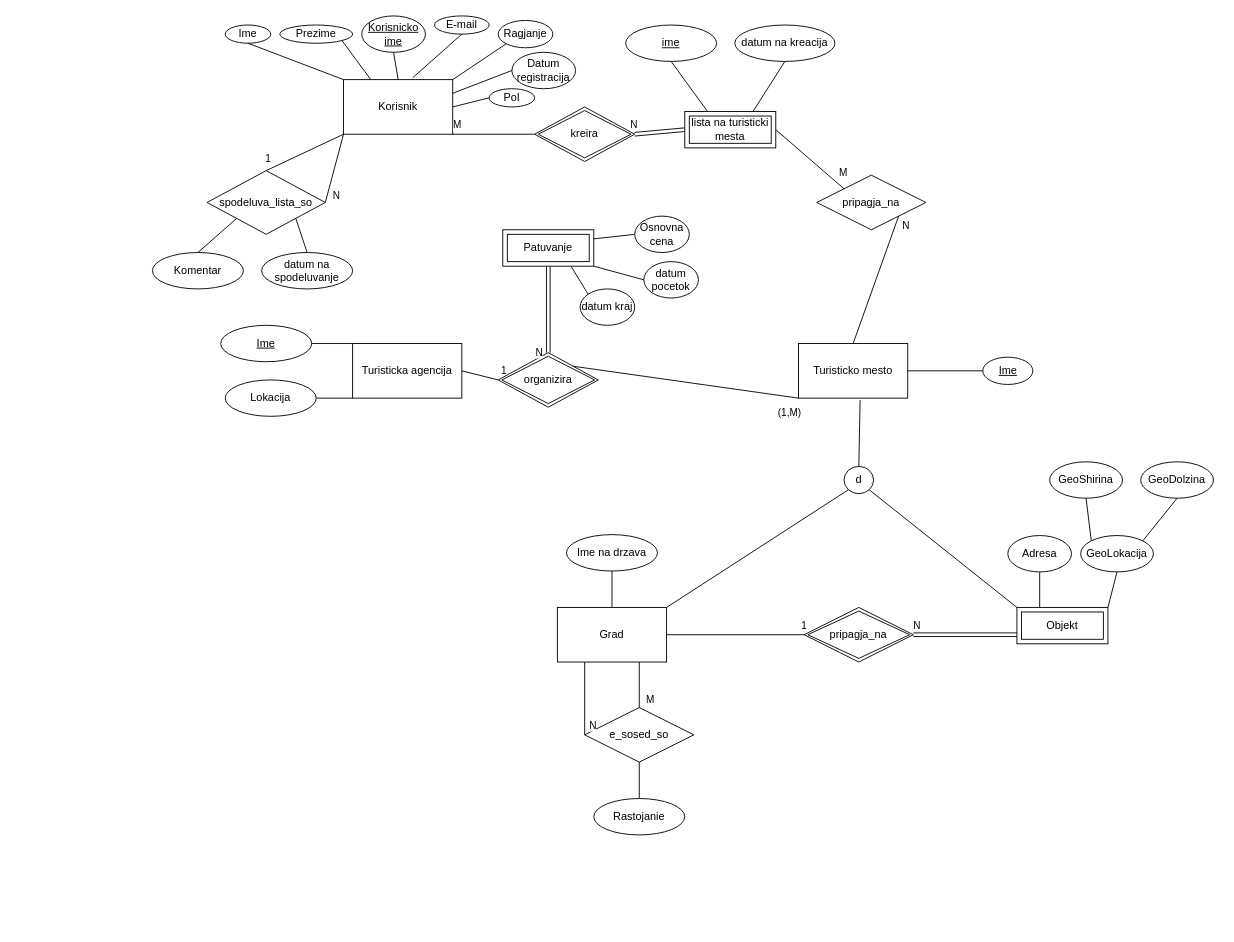
The draw.io diagram Bazi na podatoci/Lab1_A/lab 1.drawio in marin-o/Finki, before the edit. Source tidied: cells renumbered, new cells numbered last; positions are measured from the earlier drawing's top-left corner, leaving out a move shared by most shapes. Both pictures are drawn from the tidied source at 91%, with x=0, y=0 at pixel (152, 15).
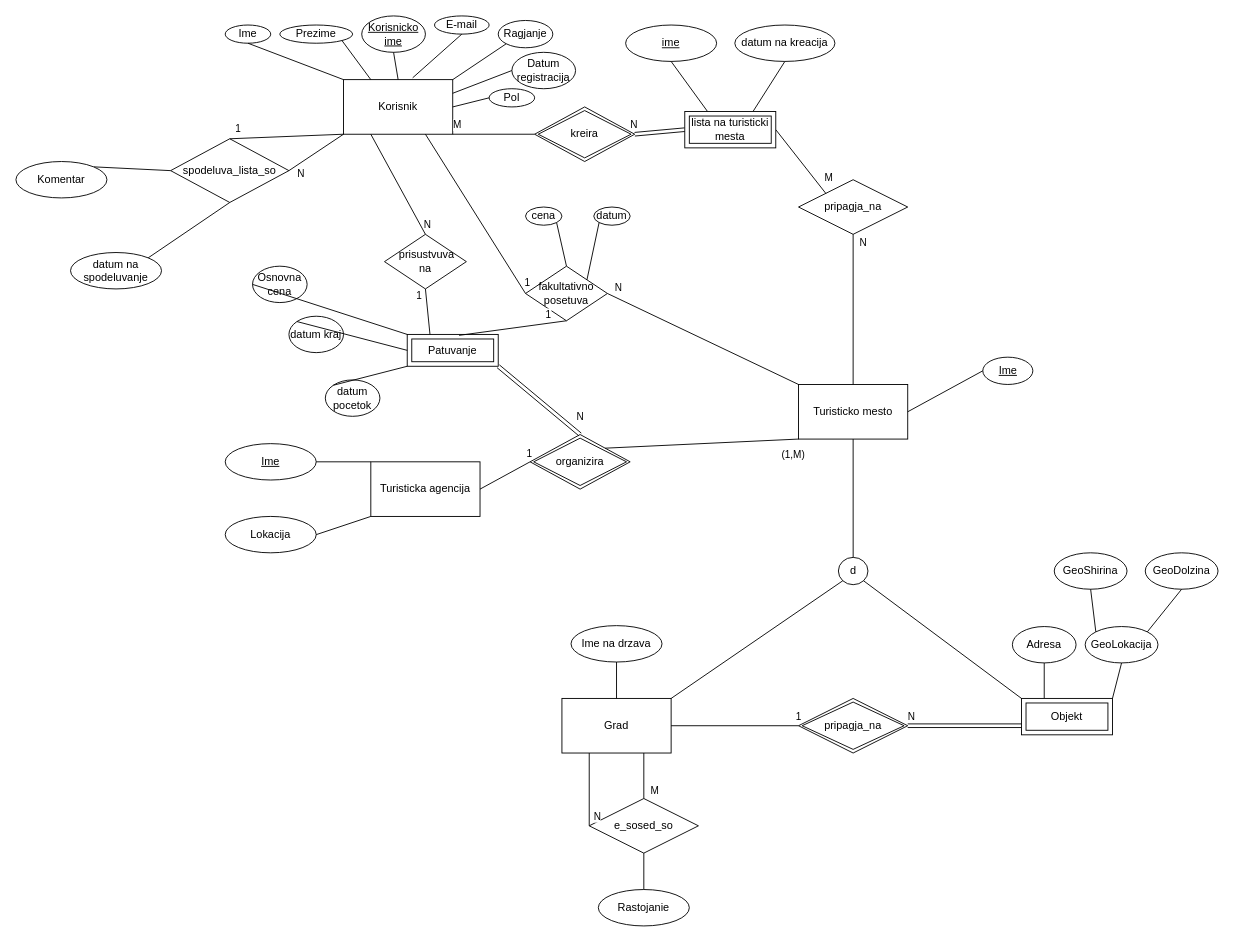
After the change.

Commit message:
finished lab1_A

The change refers to these unchanged cells:
```xml
<mxCell id="2" value="&lt;div&gt;Korisnik&lt;/div&gt;" style="rounded=0;whiteSpace=wrap;html=1;" parent="1" vertex="1">
  <mxGeometry x="210" y="70" width="120" height="60" as="geometry" />
</mxCell>
```

The edit, as a diff of the source:
```diff
@@
     <mxCell id="17" value="&lt;div&gt;Turisticko mesto&lt;/div&gt;" style="rounded=0;whiteSpace=wrap;html=1;" parent="1" vertex="1">
-      <mxGeometry x="710" y="360" width="120" height="60" as="geometry" />
+      <mxGeometry x="710" y="405" width="120" height="60" as="geometry" />
     </mxCell>
@@
-    <mxCell id="20" style="endArrow=none;html=1;rounded=0;entryX=0.564;entryY=1.037;entryDx=0;entryDy=0;exitX=0.5;exitY=0;exitDx=0;exitDy=0;entryPerimeter=0;" parent="1" edge="1" source="21" target="17">
+    <mxCell id="20" style="endArrow=none;html=1;rounded=0;entryX=0.5;entryY=1;entryDx=0;entryDy=0;exitX=0.5;exitY=0;exitDx=0;exitDy=0;" parent="1" edge="1" source="21" target="17">
       <mxGeometry relative="1" as="geometry" />
     </mxCell>
     <mxCell id="21" value="d" style="ellipse;whiteSpace=wrap;html=1;align=center;" parent="1" vertex="1">
-      <mxGeometry x="760" y="495" width="32.5" height="30" as="geometry" />
+      <mxGeometry x="753.8" y="595" width="32.5" height="30" as="geometry" />
     </mxCell>
     <mxCell id="22" value="Grad" style="rounded=0;whiteSpace=wrap;html=1;" parent="1" vertex="1">
-      <mxGeometry x="445" y="650" width="120" height="60" as="geometry" />
+      <mxGeometry x="450" y="750" width="120" height="60" as="geometry" />
     </mxCell>
@@
     <mxCell id="25" value="Ime na drzava" style="ellipse;whiteSpace=wrap;html=1;align=center;" parent="1" vertex="1">
-      <mxGeometry x="455" y="570" width="100" height="40" as="geometry" />
+      <mxGeometry x="460" y="670" width="100" height="40" as="geometry" />
     </mxCell>
@@
     <mxCell id="27" value="Adresa" style="ellipse;whiteSpace=wrap;html=1;align=center;" parent="1" vertex="1">
-      <mxGeometry x="940" y="571" width="70" height="40" as="geometry" />
+      <mxGeometry x="945" y="671" width="70" height="40" as="geometry" />
     </mxCell>
@@
     <mxCell id="29" value="&lt;div&gt;GeoLokacija&lt;/div&gt;" style="ellipse;whiteSpace=wrap;html=1;align=center;" parent="1" vertex="1">
-      <mxGeometry x="1020" y="571" width="80" height="40" as="geometry" />
+      <mxGeometry x="1025" y="671" width="80" height="40" as="geometry" />
     </mxCell>
@@
     <mxCell id="31" value="pripagja_na" style="shape=rhombus;perimeter=rhombusPerimeter;whiteSpace=wrap;html=1;align=center;double=1;" parent="1" vertex="1">
-      <mxGeometry x="716.2" y="650" width="120" height="60" as="geometry" />
+      <mxGeometry x="710" y="750" width="120" height="60" as="geometry" />
     </mxCell>
@@
     <mxCell id="33" value="&lt;div&gt;e_sosed_so&lt;/div&gt;" style="shape=rhombus;perimeter=rhombusPerimeter;whiteSpace=wrap;html=1;align=center;" parent="1" vertex="1">
-      <mxGeometry x="475" y="760" width="120" height="60" as="geometry" />
+      <mxGeometry x="480" y="860" width="120" height="60" as="geometry" />
     </mxCell>
     <mxCell id="34" value="GeoShirina" style="ellipse;whiteSpace=wrap;html=1;align=center;" parent="1" vertex="1">
-      <mxGeometry x="986" y="490" width="80" height="40" as="geometry" />
+      <mxGeometry x="991" y="590" width="80" height="40" as="geometry" />
     </mxCell>
@@
     <mxCell id="36" value="GeoDolzina" style="ellipse;whiteSpace=wrap;html=1;align=center;" parent="1" vertex="1">
-      <mxGeometry x="1086" y="490" width="80" height="40" as="geometry" />
+      <mxGeometry x="1091" y="590" width="80" height="40" as="geometry" />
     </mxCell>
@@
     <mxCell id="41" value="Rastojanie" style="ellipse;whiteSpace=wrap;html=1;align=center;" parent="1" vertex="1">
-      <mxGeometry x="485" y="860" width="100" height="40" as="geometry" />
+      <mxGeometry x="490" y="960" width="100" height="40" as="geometry" />
     </mxCell>
@@
     <mxCell id="46" value="spodeluva_lista_so" style="shape=rhombus;perimeter=rhombusPerimeter;whiteSpace=wrap;html=1;align=center;" parent="1" vertex="1">
-      <mxGeometry x="60" y="170" width="130" height="70" as="geometry" />
+      <mxGeometry x="20" y="135" width="130" height="70" as="geometry" />
     </mxCell>
@@
-    <mxCell id="49" style="endArrow=none;html=1;rounded=0;entryX=0;entryY=1;entryDx=0;entryDy=0;exitX=0.5;exitY=0;exitDx=0;exitDy=0;" parent="1" edge="1" source="50" target="46">
+    <mxCell id="49" style="endArrow=none;html=1;rounded=0;entryX=0;entryY=0.5;entryDx=0;entryDy=0;exitX=1;exitY=0;exitDx=0;exitDy=0;" parent="1" edge="1" source="50" target="46">
       <mxGeometry relative="1" as="geometry" />
     </mxCell>
     <mxCell id="50" value="Komentar" style="ellipse;whiteSpace=wrap;html=1;align=center;" parent="1" vertex="1">
-      <mxGeometry y="260" width="100" height="40" as="geometry" />
+      <mxGeometry x="-150" y="160" width="100" height="40" as="geometry" />
     </mxCell>
     <mxCell id="51" value="datum na spodeluvanje" style="ellipse;whiteSpace=wrap;html=1;align=center;" parent="1" vertex="1">
-      <mxGeometry x="120" y="260" width="100" height="40" as="geometry" />
+      <mxGeometry x="-90" y="260" width="100" height="40" as="geometry" />
     </mxCell>
     <mxCell id="52" value="pripagja_na" style="shape=rhombus;perimeter=rhombusPerimeter;whiteSpace=wrap;html=1;align=center;" parent="1" vertex="1">
-      <mxGeometry x="730" y="175" width="120" height="60" as="geometry" />
+      <mxGeometry x="710" y="180" width="120" height="60" as="geometry" />
     </mxCell>
@@
-    <mxCell id="54" value="N" style="endArrow=none;html=1;rounded=0;exitX=1;exitY=1;exitDx=0;exitDy=0;entryX=0.5;entryY=0;entryDx=0;entryDy=0;" parent="1" edge="1" source="52" target="17">
+    <mxCell id="54" value="N" style="endArrow=none;html=1;rounded=0;exitX=0.5;exitY=1;exitDx=0;exitDy=0;entryX=0.5;entryY=0;entryDx=0;entryDy=0;" parent="1" edge="1" source="52" target="17">
       <mxGeometry x="-0.89" y="11" relative="1" as="geometry" />
     </mxCell>
@@
-    <mxCell id="56" style="endArrow=none;html=1;rounded=0;exitX=1;exitY=1;exitDx=0;exitDy=0;entryX=0.5;entryY=0;entryDx=0;entryDy=0;" parent="1" edge="1" source="46" target="51">
+    <mxCell id="56" style="endArrow=none;html=1;rounded=0;exitX=0.5;exitY=1;exitDx=0;exitDy=0;entryX=1;entryY=0;entryDx=0;entryDy=0;" parent="1" edge="1" source="46" target="51">
       <mxGeometry relative="1" as="geometry" />
     </mxCell>
     <mxCell id="57" value="Turisticka agencija" style="rounded=0;whiteSpace=wrap;html=1;" parent="1" vertex="1">
-      <mxGeometry x="220" y="360" width="120" height="60" as="geometry" />
+      <mxGeometry x="240" y="490" width="120" height="60" as="geometry" />
     </mxCell>
     <mxCell id="58" value="&lt;u&gt;Ime&lt;/u&gt;" style="ellipse;whiteSpace=wrap;html=1;align=center;" parent="1" vertex="1">
-      <mxGeometry x="75" y="340" width="100" height="40" as="geometry" />
+      <mxGeometry x="80" y="470" width="100" height="40" as="geometry" />
     </mxCell>
@@
     <mxCell id="60" value="Lokacija" style="ellipse;whiteSpace=wrap;html=1;align=center;" parent="1" vertex="1">
-      <mxGeometry x="80" y="400" width="100" height="40" as="geometry" />
+      <mxGeometry x="80" y="550" width="100" height="40" as="geometry" />
     </mxCell>
@@
     <mxCell id="65" value="organizira" style="shape=rhombus;double=1;perimeter=rhombusPerimeter;whiteSpace=wrap;html=1;align=center;" parent="1" vertex="1">
-      <mxGeometry x="380" y="370" width="110" height="60" as="geometry" />
+      <mxGeometry x="415" y="460" width="110" height="60" as="geometry" />
     </mxCell>
-    <mxCell id="66" value="N" style="shape=link;html=1;rounded=0;exitX=0.5;exitY=0;exitDx=0;exitDy=0;entryX=0.5;entryY=1;entryDx=0;entryDy=0;" parent="1" edge="1" source="65" target="68">
-      <mxGeometry x="-1" y="10" relative="1" as="geometry" />
+    <mxCell id="66" value="N" style="shape=link;html=1;rounded=0;exitX=0.5;exitY=0;exitDx=0;exitDy=0;entryX=1;entryY=1;entryDx=0;entryDy=0;" parent="1" edge="1" source="65" target="68">
+      <mxGeometry x="-0.78" y="-15" relative="1" as="geometry" />
     </mxCell>
@@
     <mxCell id="68" value="Patuvanje" style="shape=ext;margin=3;double=1;whiteSpace=wrap;html=1;align=center;" parent="1" vertex="1">
-      <mxGeometry x="385" y="235" width="100" height="40" as="geometry" />
+      <mxGeometry x="280" y="350" width="100" height="35" as="geometry" />
     </mxCell>
@@
     <mxCell id="70" value="datum pocetok" style="ellipse;whiteSpace=wrap;html=1;align=center;" parent="1" vertex="1">
-      <mxGeometry x="540" y="270" width="60" height="40" as="geometry" />
+      <mxGeometry x="190" y="400" width="60" height="40" as="geometry" />
     </mxCell>
     <mxCell id="71" value="datum kraj" style="ellipse;whiteSpace=wrap;html=1;align=center;" parent="1" vertex="1">
-      <mxGeometry x="470" y="300" width="60" height="40" as="geometry" />
+      <mxGeometry x="150" y="330" width="60" height="40" as="geometry" />
     </mxCell>
-    <mxCell id="72" style="endArrow=none;html=1;rounded=0;exitX=0;exitY=0;exitDx=0;exitDy=0;entryX=0.75;entryY=1;entryDx=0;entryDy=0;" parent="1" edge="1" source="71" target="68">
+    <mxCell id="72" style="endArrow=none;html=1;rounded=0;exitX=0;exitY=0;exitDx=0;exitDy=0;entryX=0;entryY=0.5;entryDx=0;entryDy=0;" parent="1" edge="1" source="71" target="68">
       <mxGeometry relative="1" as="geometry" />
     </mxCell>
-    <mxCell id="73" style="endArrow=none;html=1;rounded=0;exitX=0;exitY=0.5;exitDx=0;exitDy=0;entryX=1;entryY=1;entryDx=0;entryDy=0;" parent="1" edge="1" source="70" target="68">
+    <mxCell id="73" style="endArrow=none;html=1;rounded=0;exitX=0;exitY=0;exitDx=0;exitDy=0;entryX=0;entryY=1;entryDx=0;entryDy=0;" parent="1" edge="1" source="70" target="68">
       <mxGeometry relative="1" as="geometry" />
     </mxCell>
     <mxCell id="74" value="Osnovna cena" style="ellipse;whiteSpace=wrap;html=1;align=center;" parent="1" vertex="1">
-      <mxGeometry x="530" y="220" width="60" height="40" as="geometry" />
+      <mxGeometry x="110" y="275" width="60" height="40" as="geometry" />
     </mxCell>
-    <mxCell id="75" style="endArrow=none;html=1;rounded=0;entryX=1;entryY=0.25;entryDx=0;entryDy=0;exitX=0;exitY=0.5;exitDx=0;exitDy=0;" parent="1" edge="1" source="74" target="68">
+    <mxCell id="75" style="endArrow=none;html=1;rounded=0;entryX=0;entryY=0;entryDx=0;entryDy=0;exitX=0;exitY=0.5;exitDx=0;exitDy=0;" parent="1" edge="1" source="74" target="68">
       <mxGeometry relative="1" as="geometry" />
     </mxCell>
     <mxCell id="76" value="Objekt" style="shape=ext;margin=3;double=1;whiteSpace=wrap;html=1;align=center;" parent="1" vertex="1">
-      <mxGeometry x="950" y="650" width="100" height="40" as="geometry" />
+      <mxGeometry x="955" y="750" width="100" height="40" as="geometry" />
     </mxCell>
@@
+    <mxCell id="78" value="&amp;nbsp;prisustvuva&lt;br&gt;na" style="shape=rhombus;perimeter=rhombusPerimeter;whiteSpace=wrap;html=1;align=center;" parent="1" vertex="1">
+      <mxGeometry x="255" y="240" width="90" height="60" as="geometry" />
+    </mxCell>
+    <mxCell id="79" value="N" style="endArrow=none;html=1;rounded=0;entryX=0.25;entryY=1;entryDx=0;entryDy=0;exitX=0.5;exitY=0;exitDx=0;exitDy=0;" parent="1" edge="1" source="78" target="2">
+      <mxGeometry x="-0.85" y="-7" relative="1" as="geometry" />
+    </mxCell>
+    <mxCell id="80" value="1" style="endArrow=none;html=1;rounded=0;entryX=0.5;entryY=1;entryDx=0;entryDy=0;exitX=0.25;exitY=0;exitDx=0;exitDy=0;" parent="1" edge="1" source="68" target="78">
+      <mxGeometry x="0.69" y="8" relative="1" as="geometry">
+        <mxPoint y="-1" as="offset" />
+      </mxGeometry>
+    </mxCell>
+    <mxCell id="81" value="fakultativno posetuva" style="shape=rhombus;perimeter=rhombusPerimeter;whiteSpace=wrap;html=1;align=center;" parent="1" vertex="1">
+      <mxGeometry x="410" y="275" width="90" height="60" as="geometry" />
+    </mxCell>
+    <mxCell id="82" value="1" style="endArrow=none;html=1;rounded=0;entryX=0.75;entryY=1;entryDx=0;entryDy=0;exitX=0;exitY=0.5;exitDx=0;exitDy=0;" parent="1" edge="1" source="81" target="2">
+      <mxGeometry x="-0.9" y="-7" relative="1" as="geometry">
+        <mxPoint x="1" as="offset" />
+      </mxGeometry>
+    </mxCell>
+    <mxCell id="83" value="N" style="endArrow=none;html=1;rounded=0;exitX=1;exitY=0.5;exitDx=0;exitDy=0;entryX=0;entryY=0;entryDx=0;entryDy=0;" parent="1" edge="1" source="81" target="17">
+      <mxGeometry x="-0.93" y="10" relative="1" as="geometry" />
+    </mxCell>
+    <mxCell id="84" value="1" style="endArrow=none;html=1;rounded=0;entryX=0.5;entryY=1;entryDx=0;entryDy=0;exitX=0.57;exitY=0.029;exitDx=0;exitDy=0;exitPerimeter=0;" parent="1" edge="1" source="68" target="81">
+      <mxGeometry x="0.68" y="10" relative="1" as="geometry" />
+    </mxCell>
+    <mxCell id="85" value="datum" style="ellipse;whiteSpace=wrap;html=1;align=center;" parent="1" vertex="1">
+      <mxGeometry x="485" y="210" width="40" height="20" as="geometry" />
+    </mxCell>
+    <mxCell id="86" style="endArrow=none;html=1;rounded=0;exitX=1;exitY=0;exitDx=0;exitDy=0;entryX=0;entryY=1;entryDx=0;entryDy=0;" parent="1" edge="1" source="81" target="85">
+      <mxGeometry relative="1" as="geometry" />
+    </mxCell>
+    <mxCell id="87" value="cena" style="ellipse;whiteSpace=wrap;html=1;align=center;" parent="1" vertex="1">
+      <mxGeometry x="410" y="210" width="40" height="20" as="geometry" />
+    </mxCell>
+    <mxCell id="88" style="endArrow=none;html=1;rounded=0;exitX=1;exitY=1;exitDx=0;exitDy=0;entryX=0.5;entryY=0;entryDx=0;entryDy=0;" parent="1" edge="1" source="87" target="81">
+      <mxGeometry relative="1" as="geometry" />
+    </mxCell>
```
